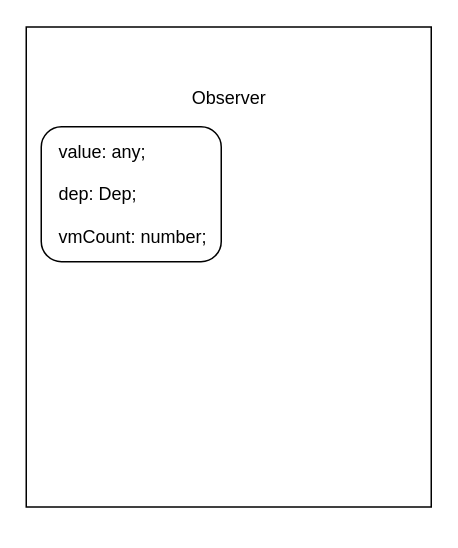
This is Untitled Diagram.drawio from asemono/noteBook, a draw.io file, before an edit. Source tidied: cells renumbered, new cells numbered last; positions are measured from the earlier drawing's top-left corner, leaving out a move shared by most shapes. Both pictures are drawn from the tidied source at 150%, with x=0, y=0 at pixel (26, 26).
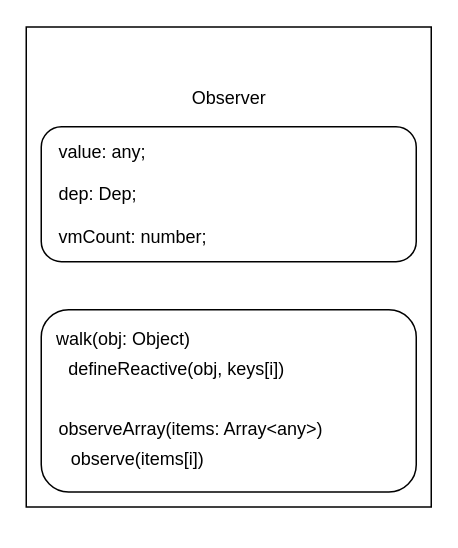
Above is the later version.

What changed in the source:
```diff
@@
 <mxGraphModel>
   <root>
     <mxCell id="0" />
     <mxCell id="1" parent="0" />
     <mxCell id="2" style="group;" parent="1" vertex="1">
       <mxGeometry y="10.5" width="270" height="320" as="geometry" />
     </mxCell>
     <mxCell id="3" style="rounded=0;whiteSpace=wrap;html=1;" parent="2" vertex="1">
       <mxGeometry y="-10" width="270" height="320" as="geometry" />
     </mxCell>
     <mxCell id="4" value="Observer" style="text;html=1;strokeColor=none;fillColor=none;align=center;verticalAlign=middle;whiteSpace=wrap;rounded=0;" parent="2" vertex="1">
       <mxGeometry x="67.5" y="18.8" width="135" height="37.6" as="geometry" />
     </mxCell>
     <mxCell id="5" style="rounded=1;whiteSpace=wrap;html=1;align=left;" parent="2" vertex="1">
-      <mxGeometry x="10" y="56.5" width="120" height="90" as="geometry" />
+      <mxGeometry x="10" y="56.5" width="250" height="90" as="geometry" />
     </mxCell>
     <mxCell id="6" value="&lt;span&gt;value: any;&lt;/span&gt;&lt;br&gt;&lt;br&gt;&lt;span&gt;dep: Dep;&lt;/span&gt;&lt;br&gt;&lt;br&gt;&lt;span&gt;vmCount: number;&lt;/span&gt;" style="text;html=1;strokeColor=none;fillColor=none;align=left;verticalAlign=middle;whiteSpace=wrap;rounded=0;" parent="2" vertex="1">
       <mxGeometry x="20" y="62.2" width="120" height="78.5" as="geometry" />
     </mxCell>
+    <mxCell id="7" style="rounded=1;whiteSpace=wrap;html=1;align=left;" parent="2" vertex="1">
+      <mxGeometry x="10" y="178.5" width="250" height="121.5" as="geometry" />
+    </mxCell>
+    <mxCell id="8" value="walk(obj: Object)" style="text;html=1;strokeColor=none;fillColor=none;align=center;verticalAlign=middle;whiteSpace=wrap;rounded=0;" parent="2" vertex="1">
+      <mxGeometry y="188.5" width="130" height="20" as="geometry" />
+    </mxCell>
+    <mxCell id="9" value="defineReactive(obj, keys[i])" style="text;html=1;strokeColor=none;fillColor=none;align=center;verticalAlign=middle;whiteSpace=wrap;rounded=0;" parent="2" vertex="1">
+      <mxGeometry x="17.5" y="208.5" width="165" height="20" as="geometry" />
+    </mxCell>
+    <mxCell id="10" value="observeArray(items: Array&amp;lt;any&amp;gt;)" style="text;html=1;strokeColor=none;fillColor=none;align=center;verticalAlign=middle;whiteSpace=wrap;rounded=0;" parent="2" vertex="1">
+      <mxGeometry x="10" y="248.5" width="200" height="20" as="geometry" />
+    </mxCell>
+    <mxCell id="11" value="observe(items[i])" style="text;html=1;strokeColor=none;fillColor=none;align=center;verticalAlign=middle;whiteSpace=wrap;rounded=0;" parent="2" vertex="1">
+      <mxGeometry x="17.5" y="268.5" width="112.5" height="20" as="geometry" />
+    </mxCell>
   </root>
 </mxGraphModel>
```
